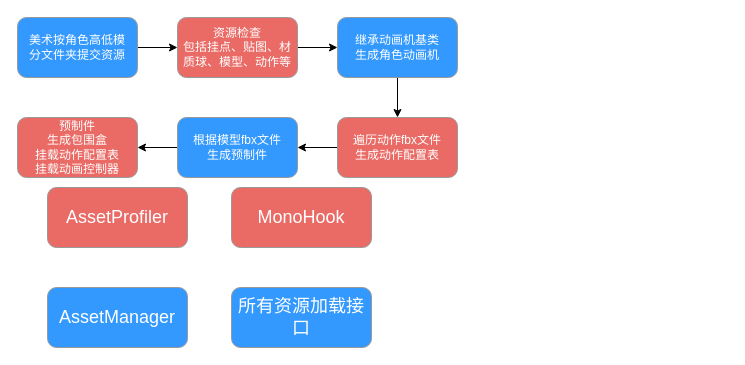
Before: AssetProfiler原理.drawio in leoin2012/draw.io.files, a draw.io diagram. Source tidied: cells renumbered, new cells numbered last; positions are measured from the earlier drawing's top-left corner, leaving out a move shared by most shapes. Both pictures are drawn from the tidied source at 100%, with x=0, y=0 at pixel (17, 17).
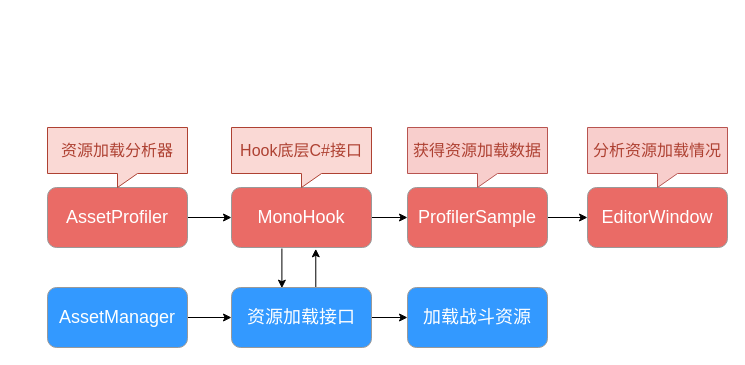
The same page after the edit.

Diff of the diagram source:
```diff
@@
 <mxGraphModel>
   <root>
     <mxCell id="0" />
     <mxCell id="1" parent="0" />
-    <mxCell id="2" style="edgeStyle=orthogonalEdgeStyle;rounded=0;jettySize=auto;html=1;exitX=1;exitY=0.5;exitDx=0;exitDy=0;entryX=0;entryY=0.5;entryDx=0;entryDy=0;" parent="1" edge="1" source="3" target="7">
-      <mxGeometry relative="1" as="geometry" />
-    </mxCell>
-    <mxCell id="3" value="&lt;font color=&quot;#ffffff&quot;&gt;美术按角色高低模&lt;br&gt;分文件夹提交资源&lt;/font&gt;" style="rounded=1;whiteSpace=wrap;html=1;fillColor=#3399FF;strokeColor=#999999;" parent="1" vertex="1">
-      <mxGeometry width="120" height="60" as="geometry" />
-    </mxCell>
-    <mxCell id="4" style="edgeStyle=orthogonalEdgeStyle;rounded=0;jettySize=auto;html=1;exitX=0;exitY=0.5;exitDx=0;exitDy=0;entryX=1;entryY=0.5;entryDx=0;entryDy=0;" parent="1" edge="1" source="5" target="11">
-      <mxGeometry relative="1" as="geometry" />
-    </mxCell>
-    <mxCell id="5" value="&lt;font color=&quot;#ffffff&quot;&gt;遍历动作fbx文件&lt;br&gt;生成动作配置表&lt;/font&gt;" style="rounded=1;whiteSpace=wrap;html=1;fillColor=#EA6B66;strokeColor=#999999;" parent="1" vertex="1">
-      <mxGeometry x="320" y="100" width="120" height="60" as="geometry" />
-    </mxCell>
-    <mxCell id="6" style="edgeStyle=orthogonalEdgeStyle;rounded=0;jettySize=auto;html=1;exitX=1;exitY=0.5;exitDx=0;exitDy=0;entryX=0;entryY=0.5;entryDx=0;entryDy=0;" parent="1" edge="1" source="7" target="9">
-      <mxGeometry relative="1" as="geometry" />
-    </mxCell>
-    <mxCell id="7" value="&lt;font color=&quot;#ffffff&quot;&gt;资源&lt;/font&gt;&lt;span style=&quot;color: rgb(255 , 255 , 255)&quot;&gt;检查&lt;br&gt;包括&lt;/span&gt;&lt;font color=&quot;#ffffff&quot;&gt;挂点、贴图、材质球、模型、动作等&lt;/font&gt;&lt;font color=&quot;#ffffff&quot;&gt;&lt;br&gt;&lt;/font&gt;" style="rounded=1;whiteSpace=wrap;html=1;fillColor=#EA6B66;strokeColor=#999999;" parent="1" vertex="1">
-      <mxGeometry x="160" width="120" height="60" as="geometry" />
-    </mxCell>
-    <mxCell id="8" style="edgeStyle=orthogonalEdgeStyle;rounded=0;jettySize=auto;html=1;exitX=0.5;exitY=1;exitDx=0;exitDy=0;entryX=0.5;entryY=0;entryDx=0;entryDy=0;" parent="1" edge="1" source="9" target="5">
-      <mxGeometry relative="1" as="geometry" />
-    </mxCell>
-    <mxCell id="9" value="&lt;font color=&quot;#ffffff&quot;&gt;继承动画机基类&lt;br&gt;生成角色动画机&lt;br&gt;&lt;/font&gt;" style="rounded=1;whiteSpace=wrap;html=1;fillColor=#3399FF;strokeColor=#999999;" parent="1" vertex="1">
-      <mxGeometry x="320" width="120" height="60" as="geometry" />
-    </mxCell>
-    <mxCell id="10" style="edgeStyle=orthogonalEdgeStyle;rounded=0;jettySize=auto;html=1;exitX=0;exitY=0.5;exitDx=0;exitDy=0;entryX=1;entryY=0.5;entryDx=0;entryDy=0;" parent="1" edge="1" source="11" target="12">
-      <mxGeometry relative="1" as="geometry" />
-    </mxCell>
-    <mxCell id="11" value="&lt;font color=&quot;#ffffff&quot;&gt;根据模型fbx文件&lt;br&gt;生成预制件&lt;/font&gt;" style="rounded=1;whiteSpace=wrap;html=1;fillColor=#3399FF;strokeColor=#999999;" parent="1" vertex="1">
-      <mxGeometry x="160" y="100" width="120" height="60" as="geometry" />
-    </mxCell>
-    <mxCell id="12" value="&lt;font color=&quot;#ffffff&quot;&gt;预制件&lt;br&gt;生成包围盒&lt;br&gt;挂载动作配置表&lt;br&gt;挂载动画控制器&lt;br&gt;&lt;/font&gt;" style="rounded=1;whiteSpace=wrap;html=1;fillColor=#EA6B66;strokeColor=#999999;" parent="1" vertex="1">
-      <mxGeometry y="100" width="120" height="60" as="geometry" />
-    </mxCell>
+    <mxCell id="17" style="edgeStyle=orthogonalEdgeStyle;rounded=0;jettySize=auto;html=1;exitX=1;exitY=0.5;exitDx=0;exitDy=0;entryX=0;entryY=0.5;entryDx=0;entryDy=0;" parent="1" edge="1" source="13" target="16">
+      <mxGeometry relative="1" as="geometry" />
+    </mxCell>
     <mxCell id="13" value="&lt;font color=&quot;#ffffff&quot; style=&quot;font-size: 18px&quot;&gt;AssetManager&lt;/font&gt;" style="rounded=1;whiteSpace=wrap;html=1;fillColor=#3399FF;strokeColor=#999999;" parent="1" vertex="1">
       <mxGeometry x="30" y="270" width="140" height="60" as="geometry" />
     </mxCell>
+    <mxCell id="18" style="edgeStyle=orthogonalEdgeStyle;rounded=0;jettySize=auto;html=1;exitX=1;exitY=0.5;exitDx=0;exitDy=0;entryX=0;entryY=0.5;entryDx=0;entryDy=0;" parent="1" edge="1" source="14" target="24">
+      <mxGeometry relative="1" as="geometry" />
+    </mxCell>
+    <mxCell id="19" style="edgeStyle=orthogonalEdgeStyle;rounded=0;jettySize=auto;html=1;entryX=0.36;entryY=0.011;entryDx=0;entryDy=0;entryPerimeter=0;exitX=0.36;exitY=1.017;exitDx=0;exitDy=0;exitPerimeter=0;" parent="1" edge="1" source="14" target="16">
+      <mxGeometry relative="1" as="geometry" />
+    </mxCell>
     <mxCell id="14" value="&lt;font color=&quot;#ffffff&quot;&gt;&lt;font style=&quot;font-size: 18px&quot;&gt;MonoHook&lt;/font&gt;&lt;br&gt;&lt;/font&gt;" style="rounded=1;whiteSpace=wrap;html=1;fillColor=#EA6B66;strokeColor=#999999;" parent="1" vertex="1">
       <mxGeometry x="214" y="170" width="140" height="60" as="geometry" />
     </mxCell>
+    <mxCell id="20" style="edgeStyle=orthogonalEdgeStyle;rounded=0;jettySize=auto;html=1;exitX=1;exitY=0.5;exitDx=0;exitDy=0;entryX=0;entryY=0.5;entryDx=0;entryDy=0;" parent="1" edge="1" source="15" target="14">
+      <mxGeometry relative="1" as="geometry" />
+    </mxCell>
     <mxCell id="15" value="&lt;font color=&quot;#ffffff&quot;&gt;&lt;font style=&quot;font-size: 18px&quot;&gt;AssetProfiler&lt;/font&gt;&lt;br&gt;&lt;/font&gt;" style="rounded=1;whiteSpace=wrap;html=1;fillColor=#EA6B66;strokeColor=#999999;" parent="1" vertex="1">
       <mxGeometry x="30" y="170" width="140" height="60" as="geometry" />
     </mxCell>
+    <mxCell id="21" style="edgeStyle=orthogonalEdgeStyle;rounded=0;jettySize=auto;html=1;exitX=0.64;exitY=0.006;exitDx=0;exitDy=0;entryX=0.602;entryY=1.022;entryDx=0;entryDy=0;entryPerimeter=0;exitPerimeter=0;" parent="1" edge="1" source="16" target="14">
+      <mxGeometry relative="1" as="geometry" />
+    </mxCell>
+    <mxCell id="22" style="edgeStyle=orthogonalEdgeStyle;rounded=0;jettySize=auto;html=1;exitX=1;exitY=0.5;exitDx=0;exitDy=0;entryX=0;entryY=0.5;entryDx=0;entryDy=0;" parent="1" edge="1" source="16" target="26">
+      <mxGeometry relative="1" as="geometry" />
+    </mxCell>
-    <mxCell id="16" value="&lt;font color=&quot;#ffffff&quot;&gt;&lt;span style=&quot;font-size: 18px&quot;&gt;所有资源加载接口&lt;/span&gt;&lt;/font&gt;" style="rounded=1;whiteSpace=wrap;html=1;fillColor=#3399FF;strokeColor=#999999;" parent="1" vertex="1">
+    <mxCell id="16" value="&lt;font color=&quot;#ffffff&quot;&gt;&lt;span style=&quot;font-size: 18px&quot;&gt;资源加载接口&lt;/span&gt;&lt;/font&gt;" style="rounded=1;whiteSpace=wrap;html=1;fillColor=#3399FF;strokeColor=#999999;" parent="1" vertex="1">
       <mxGeometry x="214" y="270" width="140" height="60" as="geometry" />
     </mxCell>
+    <mxCell id="23" style="edgeStyle=orthogonalEdgeStyle;rounded=0;jettySize=auto;html=1;exitX=1;exitY=0.5;exitDx=0;exitDy=0;entryX=0;entryY=0.5;entryDx=0;entryDy=0;" parent="1" edge="1" source="24" target="25">
+      <mxGeometry relative="1" as="geometry" />
+    </mxCell>
+    <mxCell id="24" value="&lt;font color=&quot;#ffffff&quot;&gt;&lt;font style=&quot;font-size: 18px&quot;&gt;ProfilerSample&lt;/font&gt;&lt;br&gt;&lt;/font&gt;" style="rounded=1;whiteSpace=wrap;html=1;fillColor=#EA6B66;strokeColor=#999999;" parent="1" vertex="1">
+      <mxGeometry x="390" y="170" width="140" height="60" as="geometry" />
+    </mxCell>
+    <mxCell id="25" value="&lt;font color=&quot;#ffffff&quot;&gt;&lt;font style=&quot;font-size: 18px&quot;&gt;EditorWindow&lt;/font&gt;&lt;br&gt;&lt;/font&gt;" style="rounded=1;whiteSpace=wrap;html=1;fillColor=#EA6B66;strokeColor=#999999;" parent="1" vertex="1">
+      <mxGeometry x="570" y="170" width="140" height="60" as="geometry" />
+    </mxCell>
+    <mxCell id="26" value="&lt;span style=&quot;color: rgb(255 , 255 , 255) ; font-size: 18px&quot;&gt;加载&lt;/span&gt;&lt;font color=&quot;#ffffff&quot;&gt;&lt;span style=&quot;font-size: 18px&quot;&gt;战斗资源&lt;/span&gt;&lt;/font&gt;" style="rounded=1;whiteSpace=wrap;html=1;fillColor=#3399FF;strokeColor=#999999;" parent="1" vertex="1">
+      <mxGeometry x="390" y="270" width="140" height="60" as="geometry" />
+    </mxCell>
+    <mxCell id="27" value="&lt;font style=&quot;font-size: 16px&quot; color=&quot;#ae4132&quot;&gt;获得资源加载数据&lt;/font&gt;" style="shape=callout;whiteSpace=wrap;html=1;perimeter=calloutPerimeter;fillColor=#f8cecc;strokeColor=#b85450;size=14;position=0.5;" parent="1" vertex="1">
+      <mxGeometry x="390" y="110" width="140" height="60" as="geometry" />
+    </mxCell>
+    <mxCell id="28" value="&lt;font style=&quot;font-size: 16px&quot; color=&quot;#ae4132&quot;&gt;分析资源加载情况&lt;/font&gt;" style="shape=callout;whiteSpace=wrap;html=1;perimeter=calloutPerimeter;fillColor=#f8cecc;strokeColor=#b85450;size=14;position=0.5;" parent="1" vertex="1">
+      <mxGeometry x="570" y="110" width="140" height="60" as="geometry" />
+    </mxCell>
+    <mxCell id="29" value="&lt;font style=&quot;font-size: 16px&quot; color=&quot;#ae4132&quot;&gt;Hook底层C#接口&lt;/font&gt;" style="shape=callout;whiteSpace=wrap;html=1;perimeter=calloutPerimeter;fillColor=#fad9d5;strokeColor=#ae4132;size=14;position=0.5;" parent="1" vertex="1">
+      <mxGeometry x="214" y="110" width="140" height="60" as="geometry" />
+    </mxCell>
+    <mxCell id="30" value="&lt;font style=&quot;font-size: 16px&quot; color=&quot;#ae4132&quot;&gt;资源加载分析器&lt;/font&gt;" style="shape=callout;whiteSpace=wrap;html=1;perimeter=calloutPerimeter;fillColor=#fad9d5;strokeColor=#ae4132;size=14;position=0.5;" parent="1" vertex="1">
+      <mxGeometry x="30" y="110" width="140" height="60" as="geometry" />
+    </mxCell>
   </root>
 </mxGraphModel>
```
